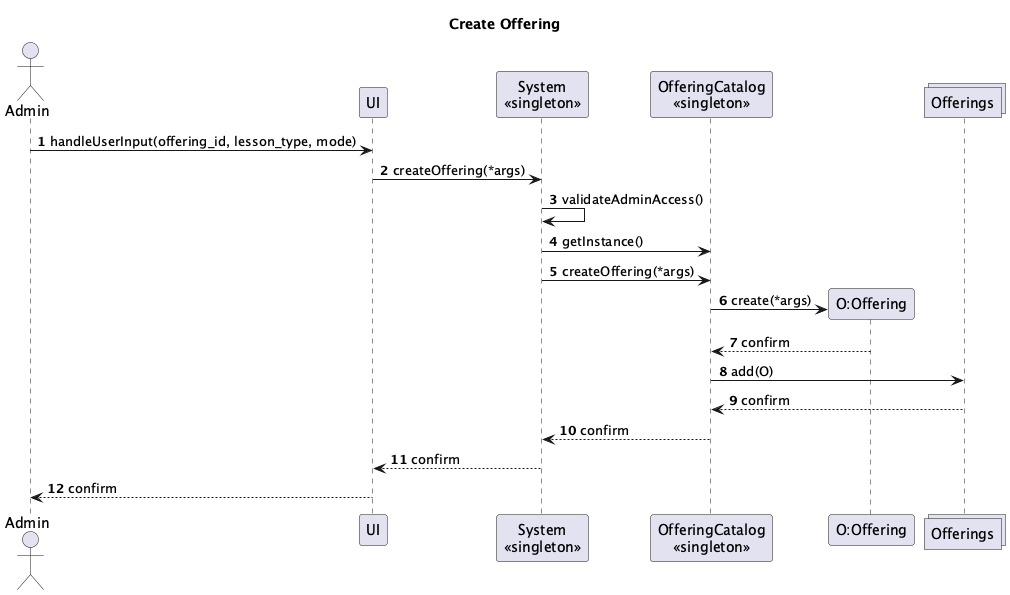
The PlantUML diagram System-Diagrams/UML Interaction/Admin/Admin-Interaction-Diagrams.png in vibqetowi/soen-342-project, before a commit.
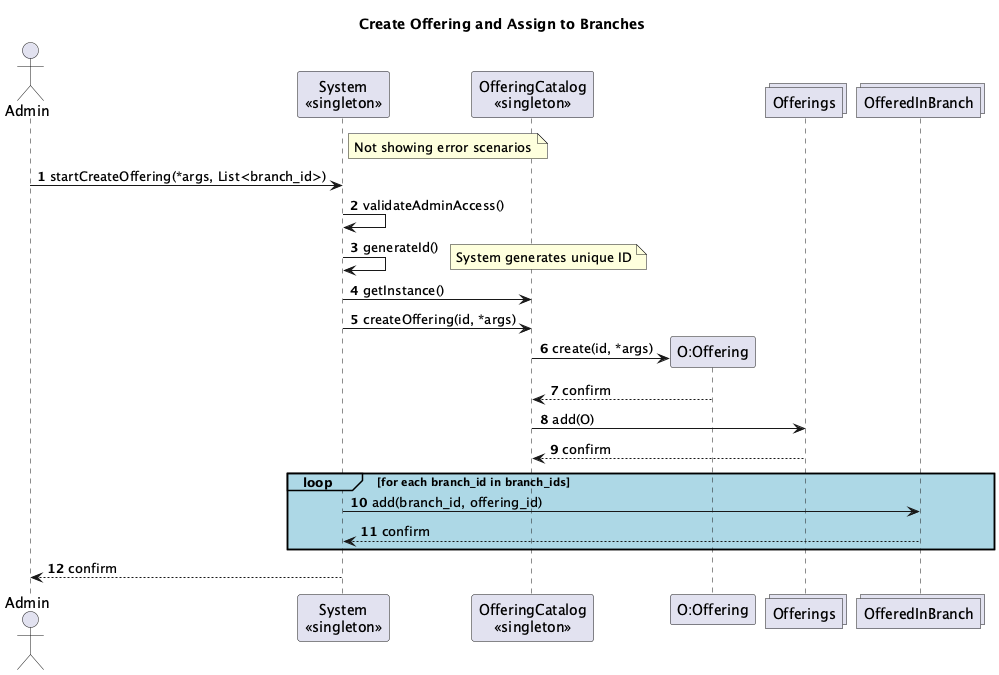
Later version of the same file.

Diff of the diagram source:
```diff
@@ -1,27 +1,34 @@
 @startuml
+title Create Offering and Assign to Branches
 actor Admin
-participant UI
 participant "System\n<<singleton>>" as System
 participant "OfferingCatalog\n<<singleton>>" as OfferingCatalog
 participant "O:Offering" as Offering
-collections Offerings
+collections "Offerings" as Offerings
+collections "OfferedInBranch" as OfferedInBranch
 
-title Create Offering
+note right of System
+Not showing error scenarios
+end note
 
 autonumber
 
-Admin -> UI: handleUserInput(offering_id, lesson_type, mode)
-UI -> System: createOffering(*args)
+Admin -> System: startCreateOffering(*args, List<branch_id>)
+System -> System: validateAdminAccess()
+System -> System: generateId()
+note right: System generates unique ID
 
-System -> System: validateAdminAccess()
 System -> OfferingCatalog: getInstance()
-System -> OfferingCatalog: createOffering(*args)
-OfferingCatalog -> Offering **: create(*args)
+System -> OfferingCatalog: createOffering(id, *args)
+OfferingCatalog -> Offering **: create(id, *args)
 Offering --> OfferingCatalog: confirm
 OfferingCatalog -> Offerings: add(O)
 Offerings --> OfferingCatalog: confirm
-OfferingCatalog --> System: confirm
-System --> UI: confirm
-UI --> Admin: confirm
 
+loop#lightblue #lightblue for each branch_id in branch_ids
+    System -> OfferedInBranch: add(branch_id, offering_id)
+    OfferedInBranch --> System: confirm
+end
+
+System --> Admin: confirm
 @enduml
```
